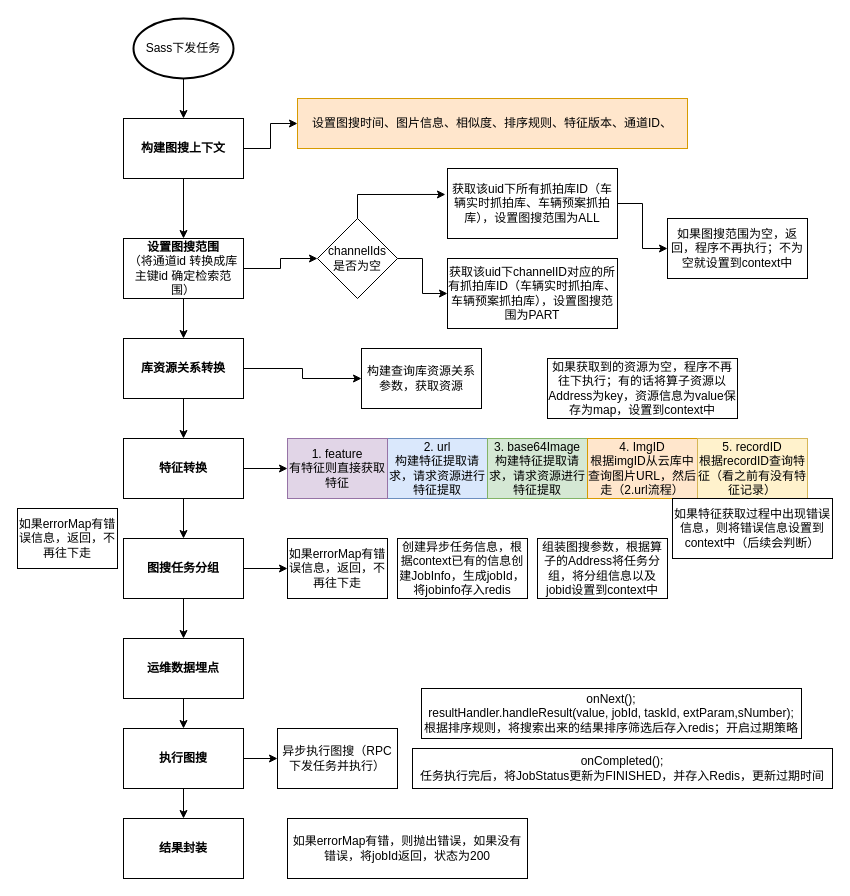
Above: 8.检索/车辆-添加以图搜图任务.drawio in hao14293/drawio (draw.io), before the change. Source tidied: cells renumbered, new cells numbered last; positions are measured from the earlier drawing's top-left corner, leaving out a move shared by most shapes. Both pictures are drawn from the tidied source at 100%, with x=0, y=0 at pixel (17, 18).
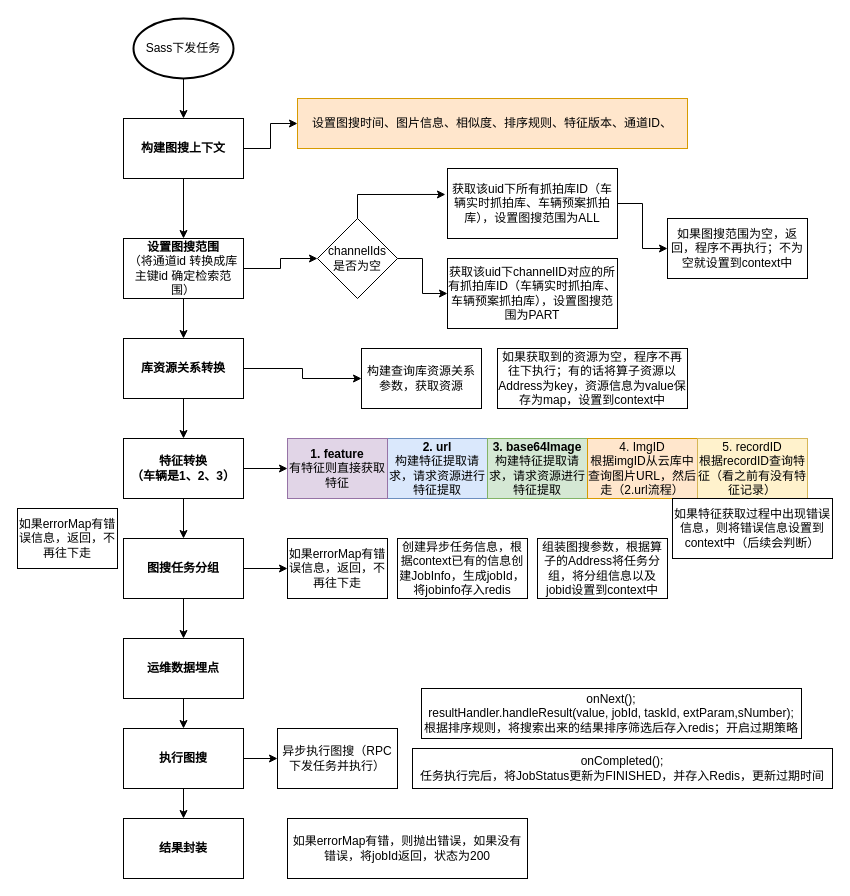
The same diagram, later.

Commit message:
更新车辆-添加以图搜图任务.drawio

Diff of the diagram source:
```diff
@@
-    <mxCell id="15" value="特征转换" style="rounded=0;whiteSpace=wrap;html=1;fontStyle=1;" parent="1" vertex="1">
+    <mxCell id="15" value="特征转换&lt;div&gt;（车辆是1、2、3）&lt;/div&gt;" style="rounded=0;whiteSpace=wrap;html=1;fontStyle=1;" parent="1" vertex="1">
       <mxGeometry x="106" y="420" width="120" height="60" as="geometry" />
     </mxCell>
@@
     <mxCell id="34" value="如果获取到的资源为空，程序不再往下执行；有的话将算子资源以Address为key，资源信息为value保存为map，设置到context中" style="rounded=0;whiteSpace=wrap;html=1;" parent="1" vertex="1">
-      <mxGeometry x="530" y="340" width="190" height="60" as="geometry" />
+      <mxGeometry x="480" y="330" width="190" height="60" as="geometry" />
     </mxCell>
-    <mxCell id="35" value="2. url&lt;div&gt;构建特征提取请求，请求资源进行特征提取&lt;/div&gt;" style="rounded=0;whiteSpace=wrap;html=1;fillColor=#dae8fc;strokeColor=#6c8ebf;" parent="1" vertex="1">
+    <mxCell id="35" value="&lt;b style=&quot;&quot;&gt;&lt;font style=&quot;font-size: 12px;&quot;&gt;2. url&lt;/font&gt;&lt;/b&gt;&lt;div style=&quot;&quot;&gt;构建特征提取请求，请求资源进行特征提取&lt;/div&gt;" style="rounded=0;whiteSpace=wrap;html=1;fillColor=#dae8fc;strokeColor=#6c8ebf;" parent="1" vertex="1">
       <mxGeometry x="370" y="420" width="100" height="60" as="geometry" />
     </mxCell>
-    <mxCell id="36" value="3. base64Image&lt;div&gt;构建特征提取请求，请求资源进行特征提取&lt;/div&gt;" style="rounded=0;whiteSpace=wrap;html=1;fillColor=#d5e8d4;strokeColor=#82b366;" parent="1" vertex="1">
+    <mxCell id="36" value="&lt;b&gt;3. base64Image&lt;/b&gt;&lt;div&gt;构建特征提取请求，请求资源进行特征提取&lt;/div&gt;" style="rounded=0;whiteSpace=wrap;html=1;fillColor=#d5e8d4;strokeColor=#82b366;" parent="1" vertex="1">
       <mxGeometry x="470" y="420" width="100" height="60" as="geometry" />
     </mxCell>
@@
-    <mxCell id="39" value="1. feature&lt;div&gt;有特征则直接获取特征&lt;/div&gt;" style="rounded=0;whiteSpace=wrap;html=1;fillColor=#e1d5e7;strokeColor=#9673a6;" parent="1" vertex="1">
+    <mxCell id="39" value="&lt;b&gt;1. feature&lt;/b&gt;&lt;div&gt;有特征则直接获取特征&lt;/div&gt;" style="rounded=0;whiteSpace=wrap;html=1;fillColor=#e1d5e7;strokeColor=#9673a6;" parent="1" vertex="1">
       <mxGeometry x="270" y="420" width="100" height="60" as="geometry" />
     </mxCell>
```
